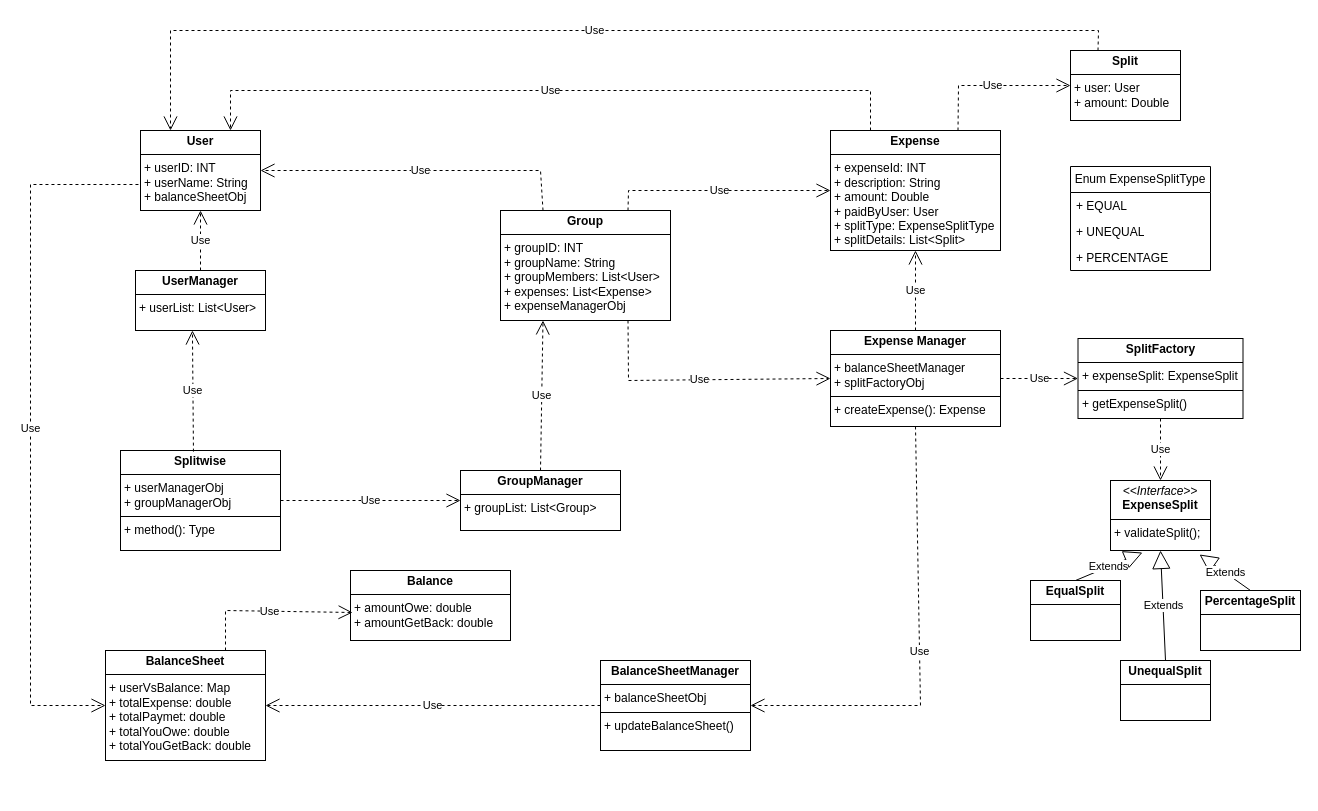
Above: SplitwiseLLD/SplitwiseLLD.drawio in ak56867/SystemDesign (draw.io), before the change. Source tidied: cells renumbered, new cells numbered last; positions are measured from the earlier drawing's top-left corner, leaving out a move shared by most shapes. Both pictures are drawn from the tidied source at 100%, with x=0, y=0 at pixel (30, 30).
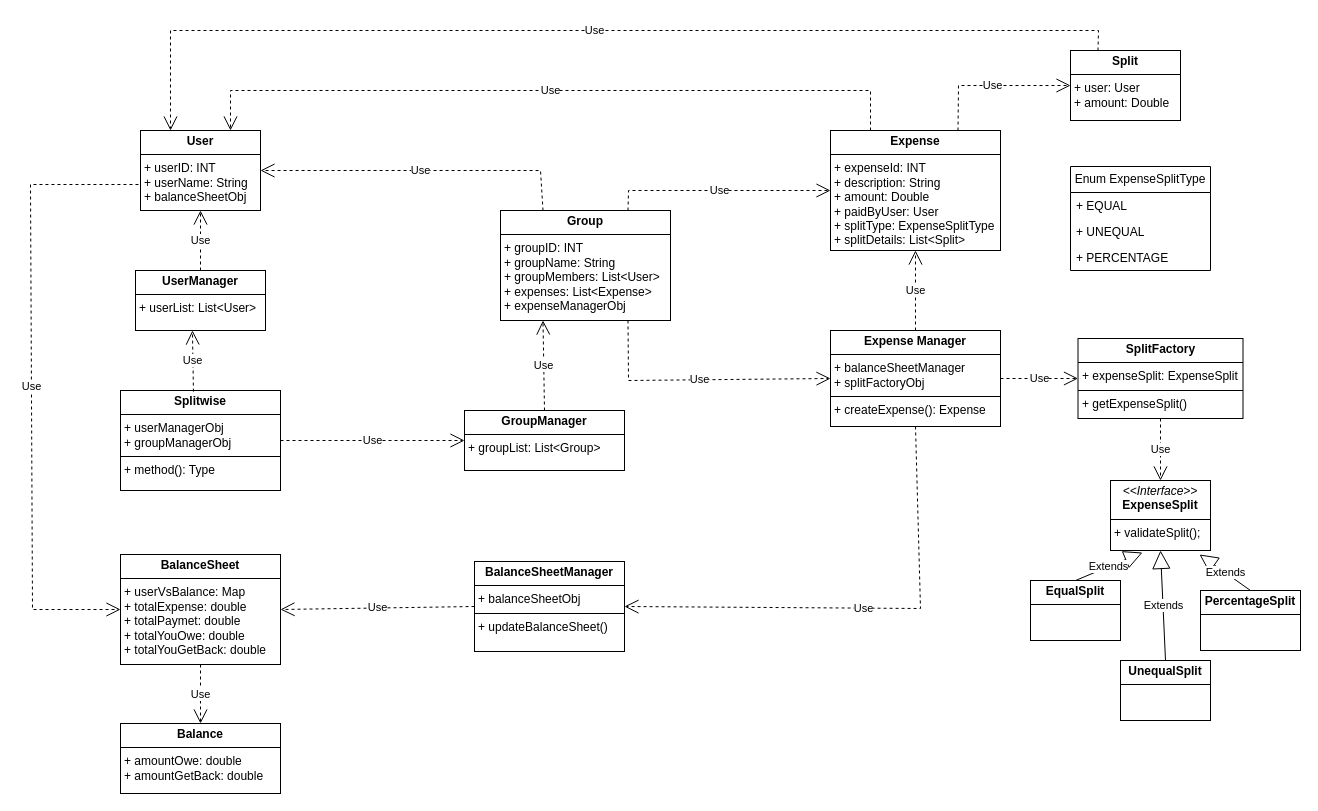
After the change.

Commit message:
uml diagram restructured

The change refers to these unchanged cells:
```xml
<mxCell id="8" value="&lt;p style=&quot;margin:0px;margin-top:4px;text-align:center;&quot;&gt;&lt;b&gt;Expense Manager&lt;/b&gt;&lt;/p&gt;&lt;hr size=&quot;1&quot; style=&quot;border-style:solid;&quot;&gt;&lt;p style=&quot;margin:0px;margin-left:4px;&quot;&gt;+ balanceSheetManager&lt;/p&gt;&lt;p style=&quot;margin:0px;margin-left:4px;&quot;&gt;+ splitFactoryObj&lt;/p&gt;&lt;hr size=&quot;1&quot; style=&quot;border-style:solid;&quot;&gt;&lt;p style=&quot;margin:0px;margin-left:4px;&quot;&gt;+ createExpense(): Expense&lt;/p&gt;" style="verticalAlign=top;align=left;overflow=fill;html=1;whiteSpace=wrap;" parent="1" vertex="1">
  <mxGeometry x="800" y="300" width="170" height="96" as="geometry" />
</mxCell>
<mxCell id="22" value="&lt;p style=&quot;margin:0px;margin-top:4px;text-align:center;&quot;&gt;&lt;b&gt;User&lt;/b&gt;&lt;/p&gt;&lt;hr size=&quot;1&quot; style=&quot;border-style:solid;&quot;&gt;&lt;p style=&quot;margin:0px;margin-left:4px;&quot;&gt;+ userID: INT&lt;/p&gt;&lt;p style=&quot;margin:0px;margin-left:4px;&quot;&gt;+ userName: String&lt;/p&gt;&lt;p style=&quot;margin:0px;margin-left:4px;&quot;&gt;+ balanceSheetObj&lt;/p&gt;" style="verticalAlign=top;align=left;overflow=fill;html=1;whiteSpace=wrap;" parent="1" vertex="1">
  <mxGeometry x="110" y="100" width="120" height="80" as="geometry" />
</mxCell>
```

Diff of the diagram source:
```diff
@@
     <mxCell id="26" value="&lt;p style=&quot;margin:0px;margin-top:4px;text-align:center;&quot;&gt;&lt;b&gt;Splitwise&lt;/b&gt;&lt;/p&gt;&lt;hr size=&quot;1&quot; style=&quot;border-style:solid;&quot;&gt;&lt;p style=&quot;margin:0px;margin-left:4px;&quot;&gt;+ userManagerObj&lt;/p&gt;&lt;p style=&quot;margin:0px;margin-left:4px;&quot;&gt;+ groupManagerObj&lt;/p&gt;&lt;hr size=&quot;1&quot; style=&quot;border-style:solid;&quot;&gt;&lt;p style=&quot;margin:0px;margin-left:4px;&quot;&gt;+ method(): Type&lt;/p&gt;" style="verticalAlign=top;align=left;overflow=fill;html=1;whiteSpace=wrap;" parent="1" vertex="1">
-      <mxGeometry x="90" y="420" width="160" height="100" as="geometry" />
+      <mxGeometry x="90" y="360" width="160" height="100" as="geometry" />
     </mxCell>
@@
     <mxCell id="32" value="&lt;p style=&quot;margin:0px;margin-top:4px;text-align:center;&quot;&gt;&lt;b&gt;GroupManager&lt;/b&gt;&lt;/p&gt;&lt;hr size=&quot;1&quot; style=&quot;border-style:solid;&quot;&gt;&lt;p style=&quot;margin:0px;margin-left:4px;&quot;&gt;+ groupList: List&amp;lt;Group&amp;gt;&lt;/p&gt;&lt;p style=&quot;margin:0px;margin-left:4px;&quot;&gt;&lt;br&gt;&lt;/p&gt;" style="verticalAlign=top;align=left;overflow=fill;html=1;whiteSpace=wrap;" parent="1" vertex="1">
-      <mxGeometry x="430" y="440" width="160" height="60" as="geometry" />
+      <mxGeometry x="434" y="380" width="160" height="60" as="geometry" />
     </mxCell>
@@
     <mxCell id="35" value="&lt;p style=&quot;margin:0px;margin-top:4px;text-align:center;&quot;&gt;&lt;b&gt;BalanceSheet&lt;/b&gt;&lt;/p&gt;&lt;hr size=&quot;1&quot; style=&quot;border-style:solid;&quot;&gt;&lt;p style=&quot;margin:0px;margin-left:4px;&quot;&gt;+ userVsBalance: Map&lt;/p&gt;&lt;p style=&quot;margin:0px;margin-left:4px;&quot;&gt;+ totalExpense: double&lt;/p&gt;&lt;p style=&quot;margin:0px;margin-left:4px;&quot;&gt;+ totalPaymet: double&lt;/p&gt;&lt;p style=&quot;margin:0px;margin-left:4px;&quot;&gt;+ totalYouOwe: double&lt;/p&gt;&lt;p style=&quot;margin:0px;margin-left:4px;&quot;&gt;+ totalYouGetBack: double&lt;/p&gt;&lt;p style=&quot;margin:0px;margin-left:4px;&quot;&gt;&lt;br&gt;&lt;/p&gt;" style="verticalAlign=top;align=left;overflow=fill;html=1;whiteSpace=wrap;" parent="1" vertex="1">
-      <mxGeometry x="75" y="620" width="160" height="110" as="geometry" />
+      <mxGeometry x="90" y="524" width="160" height="110" as="geometry" />
     </mxCell>
     <mxCell id="36" value="&lt;p style=&quot;margin:0px;margin-top:4px;text-align:center;&quot;&gt;&lt;b&gt;Balance&lt;/b&gt;&lt;/p&gt;&lt;hr size=&quot;1&quot; style=&quot;border-style:solid;&quot;&gt;&lt;p style=&quot;margin:0px;margin-left:4px;&quot;&gt;+ amountOwe: double&lt;/p&gt;&lt;p style=&quot;margin:0px;margin-left:4px;&quot;&gt;+ amountGetBack: double&lt;/p&gt;&lt;p style=&quot;margin:0px;margin-left:4px;&quot;&gt;&lt;br&gt;&lt;/p&gt;" style="verticalAlign=top;align=left;overflow=fill;html=1;whiteSpace=wrap;" parent="1" vertex="1">
-      <mxGeometry x="320" y="540" width="160" height="70" as="geometry" />
+      <mxGeometry x="90" y="693" width="160" height="70" as="geometry" />
     </mxCell>
-    <mxCell id="37" value="Use" style="endArrow=open;endSize=12;dashed=1;html=1;rounded=0;exitX=0.75;exitY=0;exitDx=0;exitDy=0;entryX=0.013;entryY=0.6;entryDx=0;entryDy=0;entryPerimeter=0;" parent="1" edge="1" source="35" target="36">
-      <mxGeometry relative="1" as="geometry">
-        <Array as="points">
-          <mxPoint x="195" y="580" />
-        </Array>
-      </mxGeometry>
+    <mxCell id="37" value="Use" style="endArrow=open;endSize=12;dashed=1;html=1;rounded=0;exitX=0.5;exitY=1;exitDx=0;exitDy=0;entryX=0.5;entryY=0;entryDx=0;entryDy=0;" parent="1" edge="1" source="35" target="36">
+      <mxGeometry relative="1" as="geometry" />
     </mxCell>
     <mxCell id="38" value="&lt;p style=&quot;margin:0px;margin-top:4px;text-align:center;&quot;&gt;&lt;b&gt;BalanceSheetManager&lt;/b&gt;&lt;/p&gt;&lt;hr size=&quot;1&quot; style=&quot;border-style:solid;&quot;&gt;&lt;p style=&quot;margin:0px;margin-left:4px;&quot;&gt;+ balanceSheetObj&lt;/p&gt;&lt;hr size=&quot;1&quot; style=&quot;border-style:solid;&quot;&gt;&lt;p style=&quot;margin:0px;margin-left:4px;&quot;&gt;+ updateBalanceSheet()&lt;/p&gt;" style="verticalAlign=top;align=left;overflow=fill;html=1;whiteSpace=wrap;" parent="1" vertex="1">
-      <mxGeometry x="570" y="630" width="150" height="90" as="geometry" />
+      <mxGeometry x="444" y="531" width="150" height="90" as="geometry" />
     </mxCell>
@@
     <mxCell id="40" value="Use" style="endArrow=open;endSize=12;dashed=1;html=1;rounded=0;entryX=0;entryY=0.5;entryDx=0;entryDy=0;exitX=-0.017;exitY=0.675;exitDx=0;exitDy=0;exitPerimeter=0;" parent="1" edge="1" source="22" target="35">
       <mxGeometry relative="1" as="geometry">
         <Array as="points">
           <mxPoint y="154" />
-          <mxPoint y="675" />
+          <mxPoint x="2" y="579" />
         </Array>
       </mxGeometry>
     </mxCell>
     <mxCell id="41" value="Use" style="endArrow=open;endSize=12;dashed=1;html=1;rounded=0;exitX=0.5;exitY=1;exitDx=0;exitDy=0;entryX=1;entryY=0.5;entryDx=0;entryDy=0;" parent="1" edge="1" source="8" target="38">
       <mxGeometry relative="1" as="geometry">
         <Array as="points">
-          <mxPoint x="890" y="675" />
+          <mxPoint x="890" y="578" />
         </Array>
       </mxGeometry>
     </mxCell>
```
